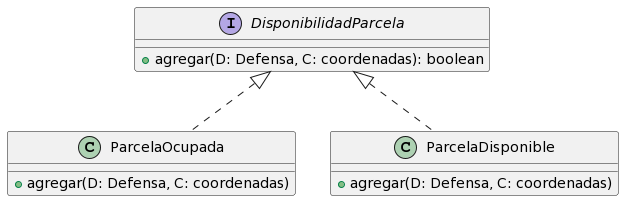
Earlier version of the PlantUML export diagrams/classes/DC_3.png (Aldumogi/AlgoDefense).
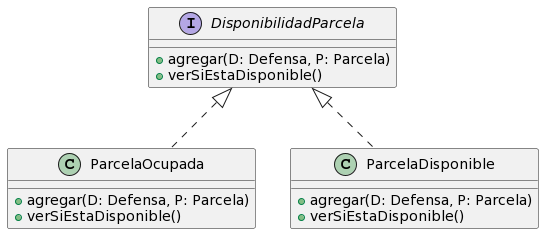
Later version of the same file.

Diff of the diagram source:
```diff
@@ -1,14 +1,17 @@
 @startuml
 interface DisponibilidadParcela {
-+ agregar(D: Defensa, C: coordenadas): boolean
++ agregar(D: Defensa, P: Parcela)
++ verSiEstaDisponible()
 }
 
 class ParcelaOcupada {
-+ agregar(D: Defensa, C: coordenadas)
++ agregar(D: Defensa, P: Parcela)
++ verSiEstaDisponible()
 }
 
 class ParcelaDisponible {
-+ agregar(D: Defensa, C: coordenadas)
++ agregar(D: Defensa, P: Parcela)
++ verSiEstaDisponible()
 }
 
 DisponibilidadParcela <|.. ParcelaOcupada
```
